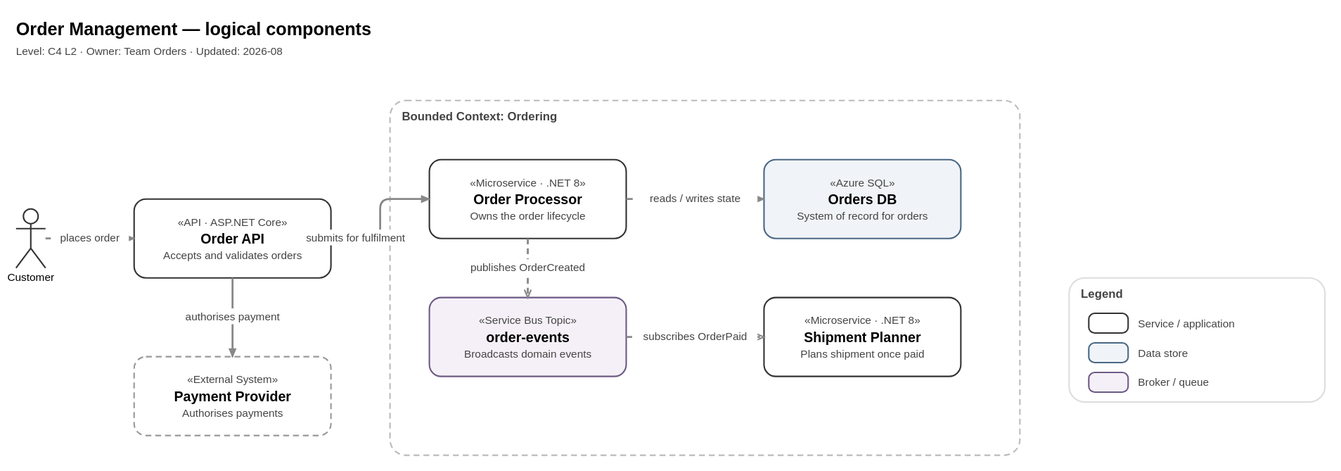
Above: examples/components-example.drawio.svg in wojciech-ruchlewicz/drawio-architecture-kit (draw.io), before the change. Source tidied: cells renumbered, new cells last; positions are measured from the earlier drawing's top-left corner, leaving out a move shared by most shapes.
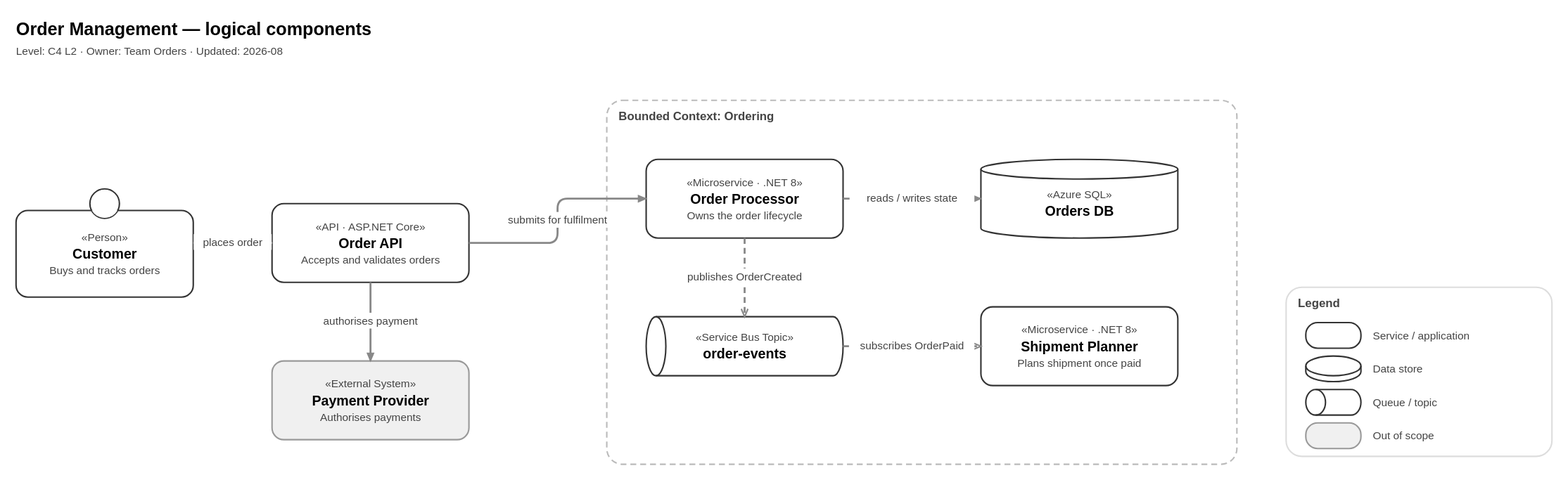
The same diagram one commit later.

The edit, as a diff of the source:
```diff
@@ -8,29 +8,29 @@
     <mxCell id="3" value="Level: C4 L2 · Owner: Team Orders · Updated: 2026-08" style="text;html=1;align=left;verticalAlign=middle;fontFamily=Helvetica;fontSize=11;fontColor=#444444;" parent="1" vertex="1">
       <mxGeometry y="28" width="700" height="16" as="geometry" />
     </mxCell>
-    <mxCell id="4" value="Customer" style="shape=umlActor;verticalLabelPosition=bottom;verticalAlign=top;html=1;outlineConnect=0;strokeColor=#333333;strokeWidth=1.5;fontFamily=Helvetica;fontSize=11;fontColor=#000000;" parent="1" vertex="1">
-      <mxGeometry y="196" width="30" height="60" as="geometry" />
+    <mxCell id="4" value="&lt;div style=&quot;line-height:1.3&quot;&gt;&lt;font style=&quot;font-size:11px;color:#444444&quot;&gt;&amp;laquo;Person&amp;raquo;&lt;/font&gt;&lt;br&gt;&lt;b style=&quot;font-size:14px;color:#000000&quot;&gt;Customer&lt;/b&gt;&lt;br&gt;&lt;font style=&quot;font-size:11px;color:#444444&quot;&gt;Buys and tracks orders&lt;/font&gt;&lt;/div&gt;" style="shape=mxgraph.c4.person;whiteSpace=wrap;html=1;strokeWidth=1.5;fontFamily=Helvetica;fontSize=14;fontColor=#000000;align=center;verticalAlign=middle;shadow=0;fillColor=#FFFFFF;strokeColor=#333333;" parent="1" vertex="1">
+      <mxGeometry y="176" width="180" height="110" as="geometry" />
     </mxCell>
     <mxCell id="5" value="&lt;div style=&quot;line-height:1.3&quot;&gt;&lt;font style=&quot;font-size:11px;color:#444444&quot;&gt;&amp;laquo;API · ASP.NET Core&amp;raquo;&lt;/font&gt;&lt;br&gt;&lt;b style=&quot;font-size:14px;color:#000000&quot;&gt;Order API&lt;/b&gt;&lt;br&gt;&lt;font style=&quot;font-size:11px;color:#444444&quot;&gt;Accepts and validates orders&lt;/font&gt;&lt;/div&gt;" style="rounded=1;absoluteArcSize=1;arcSize=24;whiteSpace=wrap;html=1;strokeWidth=1.5;fontFamily=Helvetica;fontSize=14;fontColor=#000000;align=center;verticalAlign=middle;spacingLeft=6;spacingRight=6;shadow=0;fillColor=#FFFFFF;strokeColor=#333333;" parent="1" vertex="1">
-      <mxGeometry x="120" y="186" width="200" height="80" as="geometry" />
+      <mxGeometry x="260" y="191" width="200" height="80" as="geometry" />
     </mxCell>
     <mxCell id="6" value="Bounded Context: Ordering" style="rounded=1;absoluteArcSize=1;arcSize=32;whiteSpace=wrap;html=1;strokeWidth=1.5;fontFamily=Helvetica;fontSize=12;fontStyle=1;fontColor=#444444;align=left;verticalAlign=top;spacingLeft=12;spacingTop=4;shadow=0;fillColor=none;strokeColor=#BBBBBB;dashed=1;dashPattern=8 4;" parent="1" vertex="1">
-      <mxGeometry x="380" y="86" width="640" height="360" as="geometry" />
+      <mxGeometry x="600" y="86" width="640" height="370" as="geometry" />
     </mxCell>
     <mxCell id="7" value="&lt;div style=&quot;line-height:1.3&quot;&gt;&lt;font style=&quot;font-size:11px;color:#444444&quot;&gt;&amp;laquo;Microservice · .NET 8&amp;raquo;&lt;/font&gt;&lt;br&gt;&lt;b style=&quot;font-size:14px;color:#000000&quot;&gt;Order Processor&lt;/b&gt;&lt;br&gt;&lt;font style=&quot;font-size:11px;color:#444444&quot;&gt;Owns the order lifecycle&lt;/font&gt;&lt;/div&gt;" style="rounded=1;absoluteArcSize=1;arcSize=24;whiteSpace=wrap;html=1;strokeWidth=1.5;fontFamily=Helvetica;fontSize=14;fontColor=#000000;align=center;verticalAlign=middle;spacingLeft=6;spacingRight=6;shadow=0;fillColor=#FFFFFF;strokeColor=#333333;" parent="6" vertex="1">
       <mxGeometry x="40" y="60" width="200" height="80" as="geometry" />
     </mxCell>
-    <mxCell id="8" value="&lt;div style=&quot;line-height:1.3&quot;&gt;&lt;font style=&quot;font-size:11px;color:#444444&quot;&gt;&amp;laquo;Azure SQL&amp;raquo;&lt;/font&gt;&lt;br&gt;&lt;b style=&quot;font-size:14px;color:#000000&quot;&gt;Orders DB&lt;/b&gt;&lt;br&gt;&lt;font style=&quot;font-size:11px;color:#444444&quot;&gt;System of record for orders&lt;/font&gt;&lt;/div&gt;" style="rounded=1;absoluteArcSize=1;arcSize=24;whiteSpace=wrap;html=1;strokeWidth=1.5;fontFamily=Helvetica;fontSize=14;fontColor=#000000;align=center;verticalAlign=middle;spacingLeft=6;spacingRight=6;shadow=0;fillColor=#F0F4F8;strokeColor=#4A6785;" parent="6" vertex="1">
+    <mxCell id="8" value="&lt;div style=&quot;line-height:1.3&quot;&gt;&lt;font style=&quot;font-size:11px;color:#444444&quot;&gt;&amp;laquo;Azure SQL&amp;raquo;&lt;/font&gt;&lt;br&gt;&lt;b style=&quot;font-size:14px;color:#000000&quot;&gt;Orders DB&lt;/b&gt;&lt;/div&gt;" style="shape=cylinder3;boundedLbl=1;backgroundOutline=1;size=10;whiteSpace=wrap;html=1;strokeWidth=1.5;fontFamily=Helvetica;fontSize=14;fontColor=#000000;align=center;verticalAlign=middle;shadow=0;fillColor=#FFFFFF;strokeColor=#333333;" parent="6" vertex="1">
       <mxGeometry x="380" y="60" width="200" height="80" as="geometry" />
     </mxCell>
-    <mxCell id="9" value="&lt;div style=&quot;line-height:1.3&quot;&gt;&lt;font style=&quot;font-size:11px;color:#444444&quot;&gt;&amp;laquo;Service Bus Topic&amp;raquo;&lt;/font&gt;&lt;br&gt;&lt;b style=&quot;font-size:14px;color:#000000&quot;&gt;order-events&lt;/b&gt;&lt;br&gt;&lt;font style=&quot;font-size:11px;color:#444444&quot;&gt;Broadcasts domain events&lt;/font&gt;&lt;/div&gt;" style="rounded=1;absoluteArcSize=1;arcSize=24;whiteSpace=wrap;html=1;strokeWidth=1.5;fontFamily=Helvetica;fontSize=14;fontColor=#000000;align=center;verticalAlign=middle;spacingLeft=6;spacingRight=6;shadow=0;fillColor=#F5F0F8;strokeColor=#6E5A85;" parent="6" vertex="1">
-      <mxGeometry x="40" y="200" width="200" height="80" as="geometry" />
+    <mxCell id="9" value="&lt;div style=&quot;line-height:1.3&quot;&gt;&lt;font style=&quot;font-size:11px;color:#444444&quot;&gt;&amp;laquo;Service Bus Topic&amp;raquo;&lt;/font&gt;&lt;br&gt;&lt;b style=&quot;font-size:14px;color:#000000&quot;&gt;order-events&lt;/b&gt;&lt;/div&gt;" style="shape=cylinder3;boundedLbl=1;backgroundOutline=1;size=10;direction=north;whiteSpace=wrap;html=1;strokeWidth=1.5;fontFamily=Helvetica;fontSize=14;fontColor=#000000;align=center;verticalAlign=middle;shadow=0;fillColor=#FFFFFF;strokeColor=#333333;" parent="6" vertex="1">
+      <mxGeometry x="40" y="220" width="200" height="60" as="geometry" />
     </mxCell>
     <mxCell id="10" value="&lt;div style=&quot;line-height:1.3&quot;&gt;&lt;font style=&quot;font-size:11px;color:#444444&quot;&gt;&amp;laquo;Microservice · .NET 8&amp;raquo;&lt;/font&gt;&lt;br&gt;&lt;b style=&quot;font-size:14px;color:#000000&quot;&gt;Shipment Planner&lt;/b&gt;&lt;br&gt;&lt;font style=&quot;font-size:11px;color:#444444&quot;&gt;Plans shipment once paid&lt;/font&gt;&lt;/div&gt;" style="rounded=1;absoluteArcSize=1;arcSize=24;whiteSpace=wrap;html=1;strokeWidth=1.5;fontFamily=Helvetica;fontSize=14;fontColor=#000000;align=center;verticalAlign=middle;spacingLeft=6;spacingRight=6;shadow=0;fillColor=#FFFFFF;strokeColor=#333333;" parent="6" vertex="1">
-      <mxGeometry x="380" y="200" width="200" height="80" as="geometry" />
+      <mxGeometry x="380" y="210" width="200" height="80" as="geometry" />
     </mxCell>
-    <mxCell id="11" value="&lt;div style=&quot;line-height:1.3&quot;&gt;&lt;font style=&quot;font-size:11px;color:#444444&quot;&gt;&amp;laquo;External System&amp;raquo;&lt;/font&gt;&lt;br&gt;&lt;b style=&quot;font-size:14px;color:#000000&quot;&gt;Payment Provider&lt;/b&gt;&lt;br&gt;&lt;font style=&quot;font-size:11px;color:#444444&quot;&gt;Authorises payments&lt;/font&gt;&lt;/div&gt;" style="rounded=1;absoluteArcSize=1;arcSize=24;whiteSpace=wrap;html=1;strokeWidth=1.5;fontFamily=Helvetica;fontSize=14;fontColor=#000000;align=center;verticalAlign=middle;spacingLeft=6;spacingRight=6;shadow=0;fillColor=none;strokeColor=#999999;dashed=1;dashPattern=6 4;" parent="1" vertex="1">
-      <mxGeometry x="120" y="346" width="200" height="80" as="geometry" />
+    <mxCell id="11" value="&lt;div style=&quot;line-height:1.3&quot;&gt;&lt;font style=&quot;font-size:11px;color:#444444&quot;&gt;&amp;laquo;External System&amp;raquo;&lt;/font&gt;&lt;br&gt;&lt;b style=&quot;font-size:14px;color:#000000&quot;&gt;Payment Provider&lt;/b&gt;&lt;br&gt;&lt;font style=&quot;font-size:11px;color:#444444&quot;&gt;Authorises payments&lt;/font&gt;&lt;/div&gt;" style="rounded=1;absoluteArcSize=1;arcSize=24;whiteSpace=wrap;html=1;strokeWidth=1.5;fontFamily=Helvetica;fontSize=14;fontColor=#000000;align=center;verticalAlign=middle;spacingLeft=6;spacingRight=6;shadow=0;fillColor=#F0F0F0;strokeColor=#999999;" parent="1" vertex="1">
+      <mxGeometry x="260" y="351" width="200" height="80" as="geometry" />
     </mxCell>
     <mxCell id="12" value="places order" style="edgeStyle=orthogonalEdgeStyle;rounded=1;arcSize=10;html=1;jumpStyle=arc;jumpSize=8;fontFamily=Helvetica;fontSize=11;fontColor=#444444;labelBackgroundColor=#FFFFFF;strokeWidth=2;strokeColor=#888888;endArrow=blockThin;endFill=1;endSize=6;exitX=1;exitY=0.5;exitDx=0;exitDy=0;entryX=0;entryY=0.5;entryDx=0;entryDy=0;" parent="1" edge="1" source="4" target="5">
       <mxGeometry relative="1" as="geometry" />
@@ -51,25 +51,31 @@
       <mxGeometry relative="1" as="geometry" />
     </mxCell>
     <mxCell id="18" value="Legend" style="rounded=1;absoluteArcSize=1;arcSize=32;whiteSpace=wrap;html=1;strokeWidth=1.5;fontFamily=Helvetica;fontSize=12;fontStyle=1;fontColor=#444444;align=left;verticalAlign=top;spacingLeft=12;spacingTop=4;shadow=0;fillColor=none;strokeColor=#DDDDDD;" parent="1" vertex="1">
-      <mxGeometry x="1070" y="266" width="260" height="126" as="geometry" />
+      <mxGeometry x="1290" y="276" width="270" height="172" as="geometry" />
     </mxCell>
     <mxCell id="19" style="rounded=1;absoluteArcSize=1;arcSize=24;whiteSpace=wrap;html=1;strokeWidth=1.5;fontFamily=Helvetica;fontSize=14;fontColor=#000000;align=center;verticalAlign=middle;spacingLeft=6;spacingRight=6;shadow=0;fillColor=#FFFFFF;strokeColor=#333333;" parent="18" vertex="1">
-      <mxGeometry x="20" y="36" width="40" height="20" as="geometry" />
+      <mxGeometry x="20" y="36" width="56" height="26" as="geometry" />
     </mxCell>
     <mxCell id="20" value="Service / application" style="text;html=1;align=left;verticalAlign=middle;fontFamily=Helvetica;fontSize=11;fontColor=#444444;" parent="18" vertex="1">
-      <mxGeometry x="70" y="36" width="170" height="20" as="geometry" />
+      <mxGeometry x="88" y="36" width="160" height="26" as="geometry" />
     </mxCell>
-    <mxCell id="21" style="rounded=1;absoluteArcSize=1;arcSize=24;whiteSpace=wrap;html=1;strokeWidth=1.5;fontFamily=Helvetica;fontSize=14;fontColor=#000000;align=center;verticalAlign=middle;spacingLeft=6;spacingRight=6;shadow=0;fillColor=#F0F4F8;strokeColor=#4A6785;" parent="18" vertex="1">
-      <mxGeometry x="20" y="66" width="40" height="20" as="geometry" />
+    <mxCell id="21" style="shape=cylinder3;boundedLbl=1;backgroundOutline=1;size=10;whiteSpace=wrap;html=1;strokeWidth=1.5;fontFamily=Helvetica;fontSize=14;fontColor=#000000;align=center;verticalAlign=middle;shadow=0;fillColor=#FFFFFF;strokeColor=#333333;" parent="18" vertex="1">
+      <mxGeometry x="20" y="70" width="56" height="26" as="geometry" />
     </mxCell>
     <mxCell id="22" value="Data store" style="text;html=1;align=left;verticalAlign=middle;fontFamily=Helvetica;fontSize=11;fontColor=#444444;" parent="18" vertex="1">
-      <mxGeometry x="70" y="66" width="170" height="20" as="geometry" />
+      <mxGeometry x="88" y="70" width="160" height="26" as="geometry" />
     </mxCell>
-    <mxCell id="23" style="rounded=1;absoluteArcSize=1;arcSize=24;whiteSpace=wrap;html=1;strokeWidth=1.5;fontFamily=Helvetica;fontSize=14;fontColor=#000000;align=center;verticalAlign=middle;spacingLeft=6;spacingRight=6;shadow=0;fillColor=#F5F0F8;strokeColor=#6E5A85;" parent="18" vertex="1">
-      <mxGeometry x="20" y="96" width="40" height="20" as="geometry" />
+    <mxCell id="23" style="shape=cylinder3;boundedLbl=1;backgroundOutline=1;size=10;direction=north;whiteSpace=wrap;html=1;strokeWidth=1.5;fontFamily=Helvetica;fontSize=14;fontColor=#000000;align=center;verticalAlign=middle;shadow=0;fillColor=#FFFFFF;strokeColor=#333333;" parent="18" vertex="1">
+      <mxGeometry x="20" y="104" width="56" height="26" as="geometry" />
     </mxCell>
-    <mxCell id="24" value="Broker / queue" style="text;html=1;align=left;verticalAlign=middle;fontFamily=Helvetica;fontSize=11;fontColor=#444444;" parent="18" vertex="1">
-      <mxGeometry x="70" y="96" width="170" height="20" as="geometry" />
+    <mxCell id="24" value="Queue / topic" style="text;html=1;align=left;verticalAlign=middle;fontFamily=Helvetica;fontSize=11;fontColor=#444444;" parent="18" vertex="1">
+      <mxGeometry x="88" y="104" width="160" height="26" as="geometry" />
     </mxCell>
+    <mxCell id="25" style="rounded=1;absoluteArcSize=1;arcSize=24;whiteSpace=wrap;html=1;strokeWidth=1.5;fontFamily=Helvetica;fontSize=14;fontColor=#000000;align=center;verticalAlign=middle;spacingLeft=6;spacingRight=6;shadow=0;fillColor=#F0F0F0;strokeColor=#999999;" parent="18" vertex="1">
+      <mxGeometry x="20" y="138" width="56" height="26" as="geometry" />
+    </mxCell>
+    <mxCell id="26" value="Out of scope" style="text;html=1;align=left;verticalAlign=middle;fontFamily=Helvetica;fontSize=11;fontColor=#444444;" parent="18" vertex="1">
+      <mxGeometry x="88" y="138" width="160" height="26" as="geometry" />
+    </mxCell>
   </root>
 </mxGraphModel>
```
